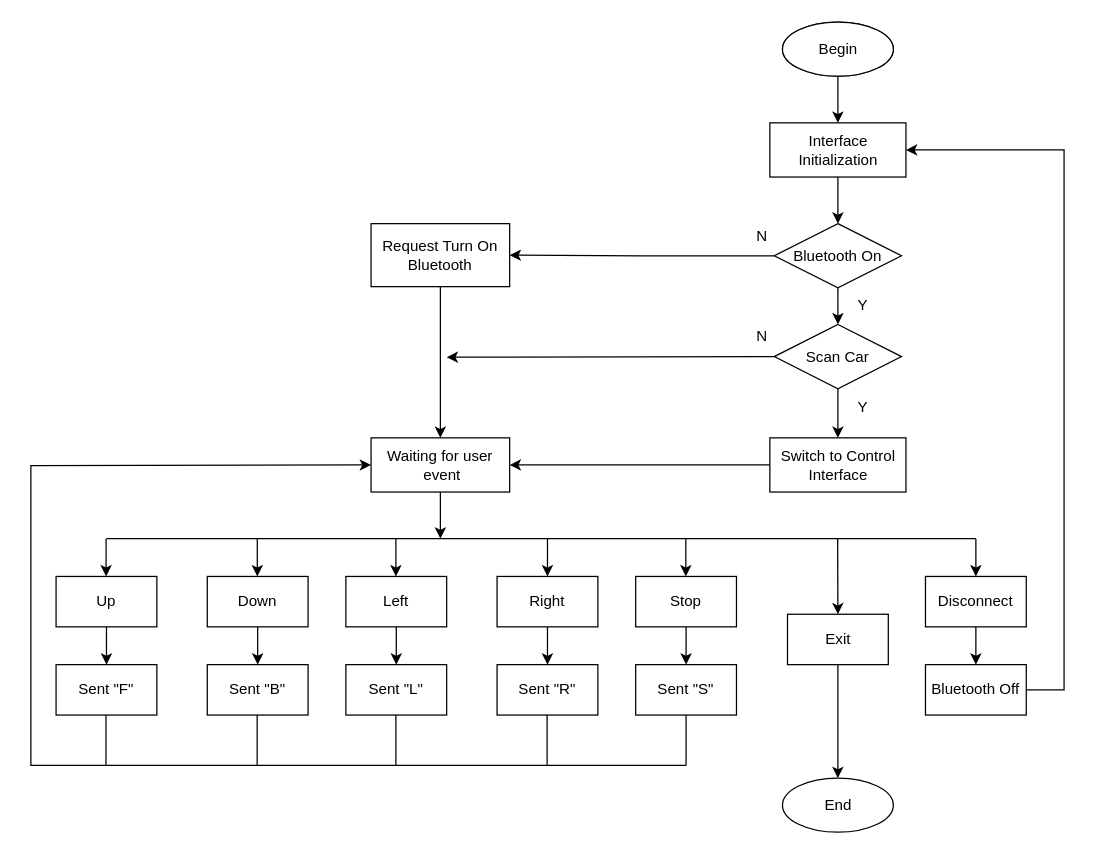
Before: Algorithm Diagram.drawio in lil-dua/arduino_bluetooth_car, a draw.io diagram. Source tidied: cells renumbered, new cells numbered last; positions are measured from the earlier drawing's top-left corner, leaving out a move shared by most shapes. Both pictures are drawn from the tidied source at 126%, with x=0, y=0 at pixel (30, 21).
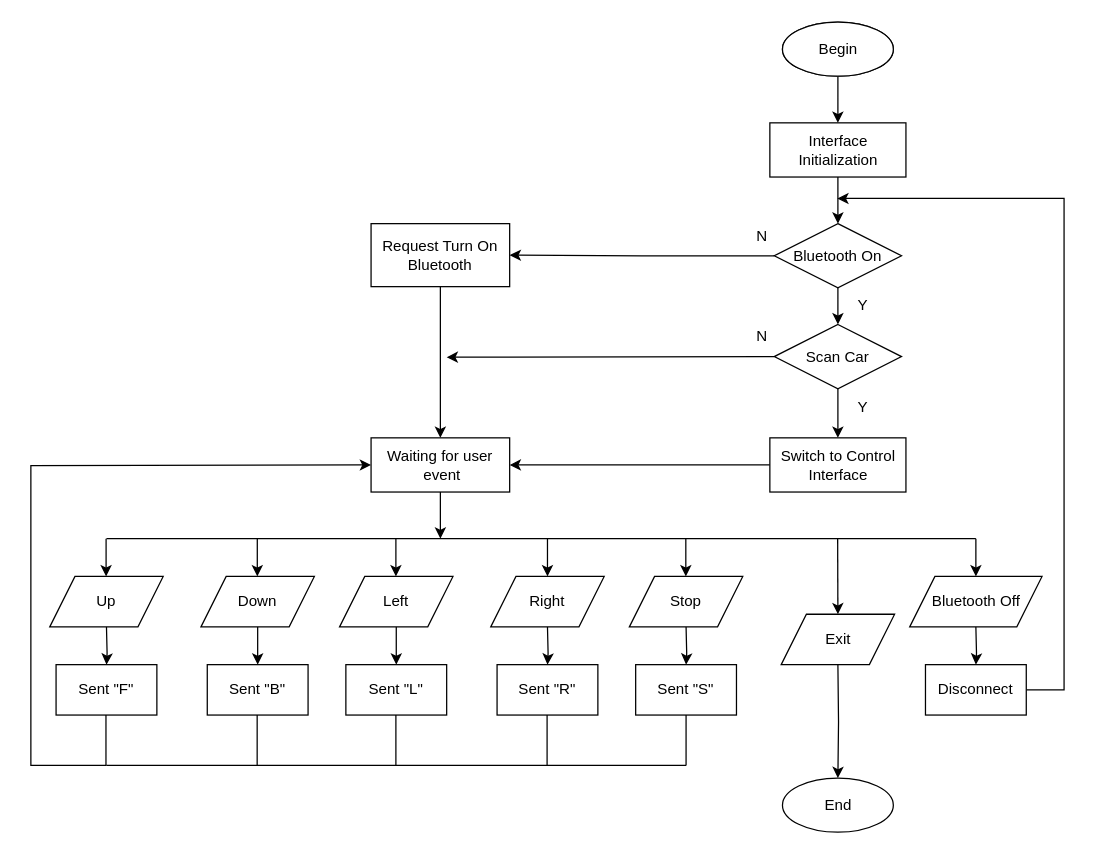
The same page after the edit.

The change refers to these unchanged cells:
```xml
<mxCell id="4" value="Interface Initialization" style="rounded=0;whiteSpace=wrap;html=1;" parent="1" vertex="1">
  <mxGeometry x="586.5" y="80" width="108" height="43" as="geometry" />
</mxCell>
<mxCell id="20" value="End" style="ellipse;whiteSpace=wrap;html=1;" parent="1" vertex="1">
  <mxGeometry x="596.5" y="600" width="88" height="43" as="geometry" />
</mxCell>
<mxCell id="33" value="Sent &quot;F&quot;" style="rounded=0;whiteSpace=wrap;html=1;" parent="1" vertex="1">
  <mxGeometry x="20" y="510" width="80" height="40" as="geometry" />
</mxCell>
<mxCell id="34" value="Sent &quot;B&quot;" style="rounded=0;whiteSpace=wrap;html=1;" parent="1" vertex="1">
  <mxGeometry x="140" y="510" width="80" height="40" as="geometry" />
</mxCell>
<mxCell id="35" value="Sent &quot;L&quot;" style="rounded=0;whiteSpace=wrap;html=1;" parent="1" vertex="1">
  <mxGeometry x="250" y="510" width="80" height="40" as="geometry" />
</mxCell>
<mxCell id="36" value="Sent &quot;R&quot;" style="rounded=0;whiteSpace=wrap;html=1;" parent="1" vertex="1">
  <mxGeometry x="370" y="510" width="80" height="40" as="geometry" />
</mxCell>
<mxCell id="37" value="Sent &quot;S&quot;" style="rounded=0;whiteSpace=wrap;html=1;" parent="1" vertex="1">
  <mxGeometry x="480" y="510" width="80" height="40" as="geometry" />
</mxCell>
```

Diff of the diagram source:
```diff
@@
-    <mxCell id="16" style="edgeStyle=orthogonalEdgeStyle;rounded=0;jettySize=auto;html=1;" parent="1" edge="1" source="17" target="33">
-      <mxGeometry relative="1" as="geometry" />
+    <mxCell id="16" style="edgeStyle=orthogonalEdgeStyle;rounded=0;jettySize=auto;html=1;" parent="1" edge="1" target="33">
+      <mxGeometry relative="1" as="geometry">
+        <mxPoint x="60" y="480" as="sourcePoint" />
+      </mxGeometry>
     </mxCell>
-    <mxCell id="17" value="Up" style="rounded=0;whiteSpace=wrap;html=1;" parent="1" vertex="1">
-      <mxGeometry x="20" y="440" width="80" height="40" as="geometry" />
-    </mxCell>
@@
-    <mxCell id="21" style="edgeStyle=orthogonalEdgeStyle;rounded=0;jettySize=auto;html=1;entryX=0.5;entryY=0;entryDx=0;entryDy=0;" parent="1" edge="1" source="22" target="34">
-      <mxGeometry relative="1" as="geometry" />
+    <mxCell id="21" style="edgeStyle=orthogonalEdgeStyle;rounded=0;jettySize=auto;html=1;entryX=0.5;entryY=0;entryDx=0;entryDy=0;" parent="1" edge="1" target="34">
+      <mxGeometry relative="1" as="geometry">
+        <mxPoint x="180" y="480" as="sourcePoint" />
+      </mxGeometry>
     </mxCell>
-    <mxCell id="22" value="Down" style="rounded=0;whiteSpace=wrap;html=1;" parent="1" vertex="1">
-      <mxGeometry x="140" y="440" width="80" height="40" as="geometry" />
-    </mxCell>
-    <mxCell id="23" style="edgeStyle=orthogonalEdgeStyle;rounded=0;jettySize=auto;html=1;entryX=0.5;entryY=0;entryDx=0;entryDy=0;" parent="1" edge="1" source="24" target="35">
-      <mxGeometry relative="1" as="geometry" />
+    <mxCell id="23" style="edgeStyle=orthogonalEdgeStyle;rounded=0;jettySize=auto;html=1;entryX=0.5;entryY=0;entryDx=0;entryDy=0;" parent="1" edge="1" target="35">
+      <mxGeometry relative="1" as="geometry">
+        <mxPoint x="290" y="480" as="sourcePoint" />
+      </mxGeometry>
     </mxCell>
-    <mxCell id="24" value="Left" style="rounded=0;whiteSpace=wrap;html=1;" parent="1" vertex="1">
-      <mxGeometry x="250" y="440" width="80" height="40" as="geometry" />
-    </mxCell>
-    <mxCell id="25" style="edgeStyle=orthogonalEdgeStyle;rounded=0;jettySize=auto;html=1;" parent="1" edge="1" source="26" target="36">
-      <mxGeometry relative="1" as="geometry" />
+    <mxCell id="25" style="edgeStyle=orthogonalEdgeStyle;rounded=0;jettySize=auto;html=1;" parent="1" edge="1" target="36">
+      <mxGeometry relative="1" as="geometry">
+        <mxPoint x="410" y="480" as="sourcePoint" />
+      </mxGeometry>
     </mxCell>
-    <mxCell id="26" value="Right" style="rounded=0;whiteSpace=wrap;html=1;" parent="1" vertex="1">
-      <mxGeometry x="370" y="440" width="80" height="40" as="geometry" />
-    </mxCell>
-    <mxCell id="27" style="edgeStyle=orthogonalEdgeStyle;rounded=0;jettySize=auto;html=1;" parent="1" edge="1" source="28" target="37">
-      <mxGeometry relative="1" as="geometry" />
+    <mxCell id="27" style="edgeStyle=orthogonalEdgeStyle;rounded=0;jettySize=auto;html=1;" parent="1" edge="1" target="37">
+      <mxGeometry relative="1" as="geometry">
+        <mxPoint x="520" y="480" as="sourcePoint" />
+      </mxGeometry>
     </mxCell>
-    <mxCell id="28" value="Stop" style="rounded=0;whiteSpace=wrap;html=1;" parent="1" vertex="1">
-      <mxGeometry x="480" y="440" width="80" height="40" as="geometry" />
-    </mxCell>
-    <mxCell id="29" style="edgeStyle=orthogonalEdgeStyle;rounded=0;jettySize=auto;html=1;entryX=0.5;entryY=0;entryDx=0;entryDy=0;" parent="1" edge="1" source="30" target="20">
-      <mxGeometry relative="1" as="geometry" />
+    <mxCell id="29" style="edgeStyle=orthogonalEdgeStyle;rounded=0;jettySize=auto;html=1;entryX=0.5;entryY=0;entryDx=0;entryDy=0;" parent="1" edge="1" target="20">
+      <mxGeometry relative="1" as="geometry">
+        <mxPoint x="640.5" y="510" as="sourcePoint" />
+      </mxGeometry>
     </mxCell>
-    <mxCell id="30" value="Exit" style="rounded=0;whiteSpace=wrap;html=1;" parent="1" vertex="1">
-      <mxGeometry x="600.5" y="470" width="80" height="40" as="geometry" />
-    </mxCell>
-    <mxCell id="31" style="edgeStyle=orthogonalEdgeStyle;rounded=0;jettySize=auto;html=1;entryX=1;entryY=0.5;entryDx=0;entryDy=0;" parent="1" edge="1" source="32" target="4">
+    <mxCell id="31" style="edgeStyle=orthogonalEdgeStyle;rounded=0;jettySize=auto;html=1;" parent="1" edge="1" source="32">
       <mxGeometry relative="1" as="geometry">
+        <mxPoint x="640" y="140" as="targetPoint" />
         <Array as="points">
           <mxPoint x="820" y="530" />
-          <mxPoint x="820" y="102" />
+          <mxPoint x="820" y="140" />
         </Array>
       </mxGeometry>
     </mxCell>
-    <mxCell id="32" value="Bluetooth Off" style="rounded=0;whiteSpace=wrap;html=1;" parent="1" vertex="1">
+    <mxCell id="32" value="Disconnect" style="rounded=0;whiteSpace=wrap;html=1;" parent="1" vertex="1">
       <mxGeometry x="710" y="510" width="80" height="40" as="geometry" />
     </mxCell>
@@
-    <mxCell id="38" style="edgeStyle=orthogonalEdgeStyle;rounded=0;jettySize=auto;html=1;" parent="1" edge="1" source="39" target="32">
-      <mxGeometry relative="1" as="geometry" />
+    <mxCell id="38" style="edgeStyle=orthogonalEdgeStyle;rounded=0;jettySize=auto;html=1;" parent="1" edge="1" target="32">
+      <mxGeometry relative="1" as="geometry">
+        <mxPoint x="750" y="480" as="sourcePoint" />
+      </mxGeometry>
     </mxCell>
-    <mxCell id="39" value="Disconnect" style="rounded=0;whiteSpace=wrap;html=1;" parent="1" vertex="1">
-      <mxGeometry x="710" y="440" width="80" height="40" as="geometry" />
-    </mxCell>
@@
-    <mxCell id="41" style="endArrow=classic;html=1;rounded=0;entryX=0.5;entryY=0;entryDx=0;entryDy=0;" parent="1" edge="1" target="39">
+    <mxCell id="41" style="endArrow=classic;html=1;rounded=0;entryX=0.5;entryY=0;entryDx=0;entryDy=0;" parent="1" edge="1">
       <mxGeometry relative="1" as="geometry">
         <mxPoint x="750" y="410" as="sourcePoint" />
+        <mxPoint x="750" y="440" as="targetPoint" />
       </mxGeometry>
     </mxCell>
-    <mxCell id="42" style="endArrow=classic;html=1;rounded=0;entryX=0.5;entryY=0;entryDx=0;entryDy=0;" parent="1" edge="1" target="30">
+    <mxCell id="42" style="endArrow=classic;html=1;rounded=0;entryX=0.5;entryY=0;entryDx=0;entryDy=0;" parent="1" edge="1">
       <mxGeometry relative="1" as="geometry">
         <mxPoint x="640.3" y="410" as="sourcePoint" />
+        <mxPoint x="640.5" y="470" as="targetPoint" />
       </mxGeometry>
     </mxCell>
@@
-    <mxCell id="44" style="endArrow=classic;html=1;rounded=0;entryX=0.5;entryY=0;entryDx=0;entryDy=0;" parent="1" edge="1" target="26">
+    <mxCell id="44" style="endArrow=classic;html=1;rounded=0;entryX=0.5;entryY=0;entryDx=0;entryDy=0;" parent="1" edge="1">
       <mxGeometry relative="1" as="geometry">
         <mxPoint x="410" y="410" as="sourcePoint" />
+        <mxPoint x="410" y="440" as="targetPoint" />
       </mxGeometry>
     </mxCell>
@@
+    <mxCell id="17" value="Up" style="shape=parallelogram;perimeter=parallelogramPerimeter;whiteSpace=wrap;html=1;fixedSize=1;" parent="1" vertex="1">
+      <mxGeometry x="15" y="440" width="90" height="40" as="geometry" />
+    </mxCell>
+    <mxCell id="22" value="Down" style="shape=parallelogram;perimeter=parallelogramPerimeter;whiteSpace=wrap;html=1;fixedSize=1;" parent="1" vertex="1">
+      <mxGeometry x="135" y="440" width="90" height="40" as="geometry" />
+    </mxCell>
+    <mxCell id="24" value="Left" style="shape=parallelogram;perimeter=parallelogramPerimeter;whiteSpace=wrap;html=1;fixedSize=1;" parent="1" vertex="1">
+      <mxGeometry x="245" y="440" width="90" height="40" as="geometry" />
+    </mxCell>
+    <mxCell id="26" value="Right" style="shape=parallelogram;perimeter=parallelogramPerimeter;whiteSpace=wrap;html=1;fixedSize=1;" parent="1" vertex="1">
+      <mxGeometry x="365" y="440" width="90" height="40" as="geometry" />
+    </mxCell>
+    <mxCell id="28" value="Stop" style="shape=parallelogram;perimeter=parallelogramPerimeter;whiteSpace=wrap;html=1;fixedSize=1;" parent="1" vertex="1">
+      <mxGeometry x="475" y="440" width="90" height="40" as="geometry" />
+    </mxCell>
+    <mxCell id="30" value="Exit" style="shape=parallelogram;perimeter=parallelogramPerimeter;whiteSpace=wrap;html=1;fixedSize=1;" parent="1" vertex="1">
+      <mxGeometry x="595.5" y="470" width="90" height="40" as="geometry" />
+    </mxCell>
+    <mxCell id="60" value="Bluetooth Off" style="shape=parallelogram;perimeter=parallelogramPerimeter;whiteSpace=wrap;html=1;fixedSize=1;" parent="1" vertex="1">
+      <mxGeometry x="697.5" y="440" width="105" height="40" as="geometry" />
+    </mxCell>
```
